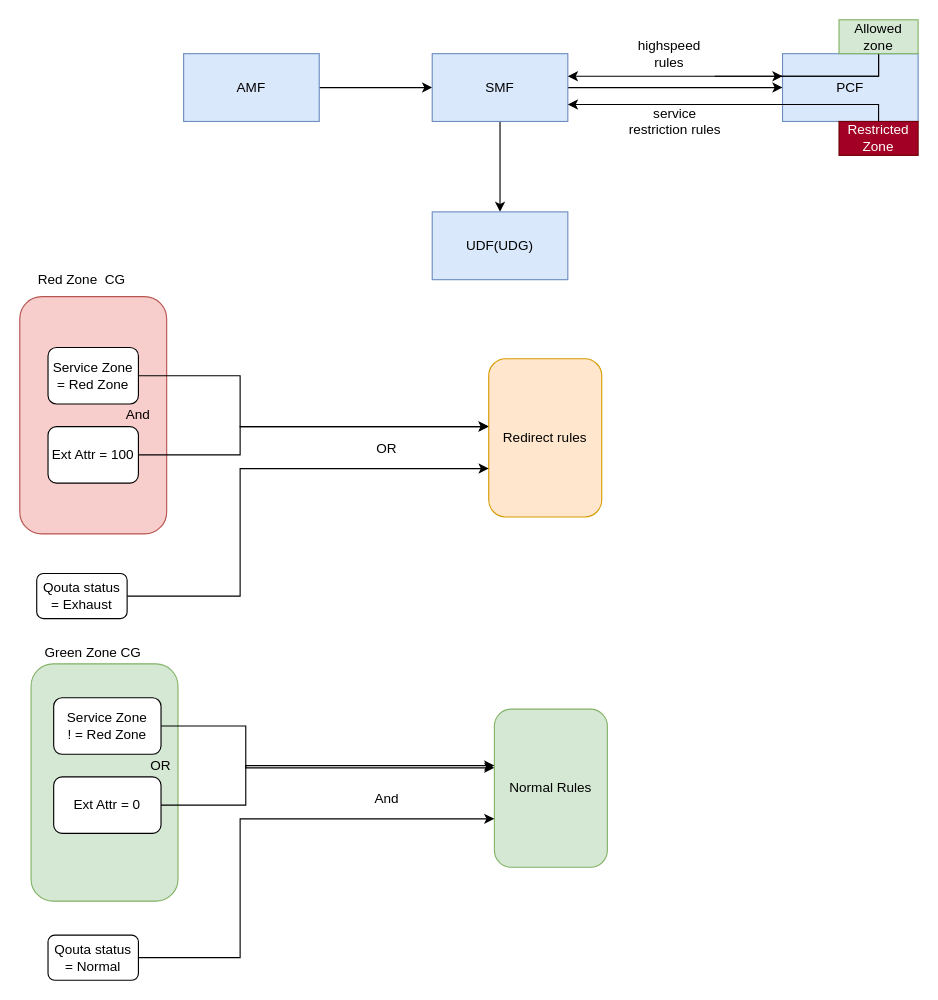
This is Untitled_Diagram.drawio from krapuleng/POS, a draw.io file, before an edit. Source tidied: cells renumbered, new cells numbered last; positions are measured from the earlier drawing's top-left corner, leaving out a move shared by most shapes. Both pictures are drawn from the tidied source at 113%, with x=0, y=0 at pixel (19, 19).
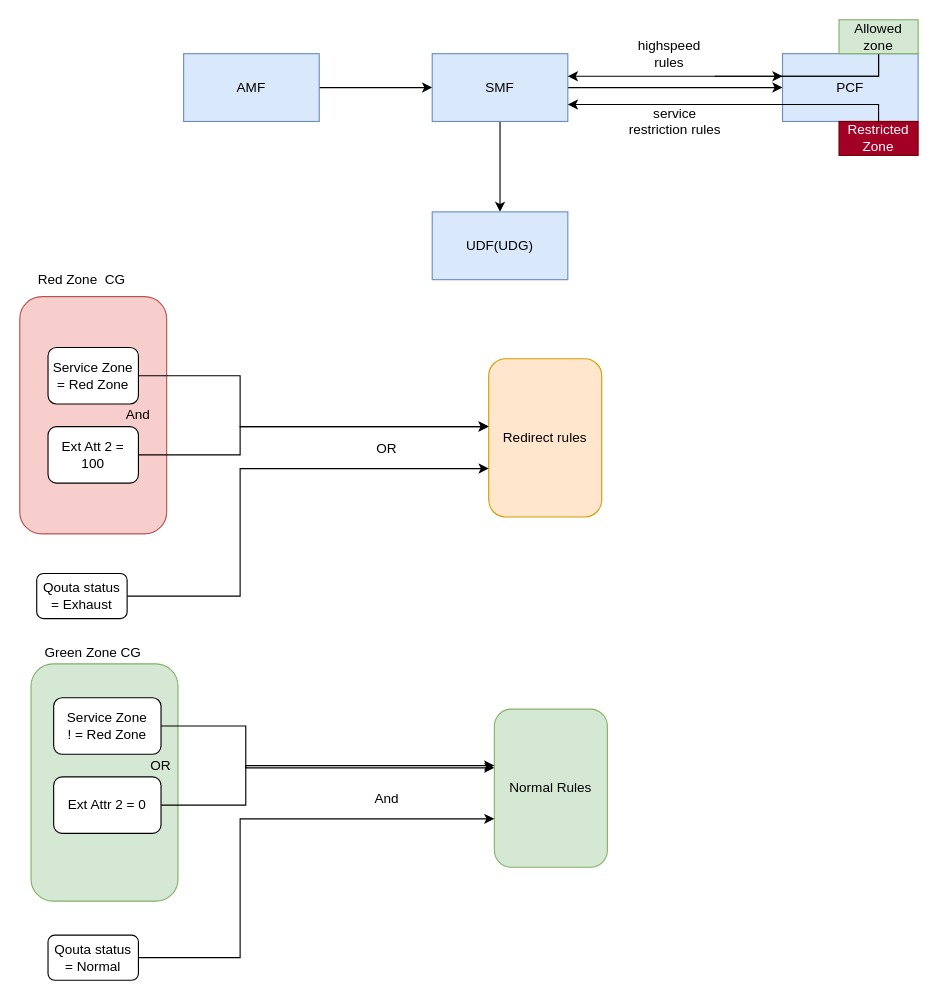
Above is the later version.

What changed in the source:
```diff
@@
-    <mxCell id="22" value="Ext Attr = 100" style="rounded=1;whiteSpace=wrap;html=1;" parent="1" vertex="1">
+    <mxCell id="22" value="Ext Att 2 = 100" style="rounded=1;whiteSpace=wrap;html=1;" parent="1" vertex="1">
       <mxGeometry x="25" y="360" width="80" height="50" as="geometry" />
     </mxCell>
@@
-    <mxCell id="33" value="Ext Attr = 0" style="rounded=1;whiteSpace=wrap;html=1;" parent="1" vertex="1">
+    <mxCell id="33" value="Ext Attr 2 = 0" style="rounded=1;whiteSpace=wrap;html=1;" parent="1" vertex="1">
       <mxGeometry x="30" y="670" width="95" height="50" as="geometry" />
     </mxCell>
```
